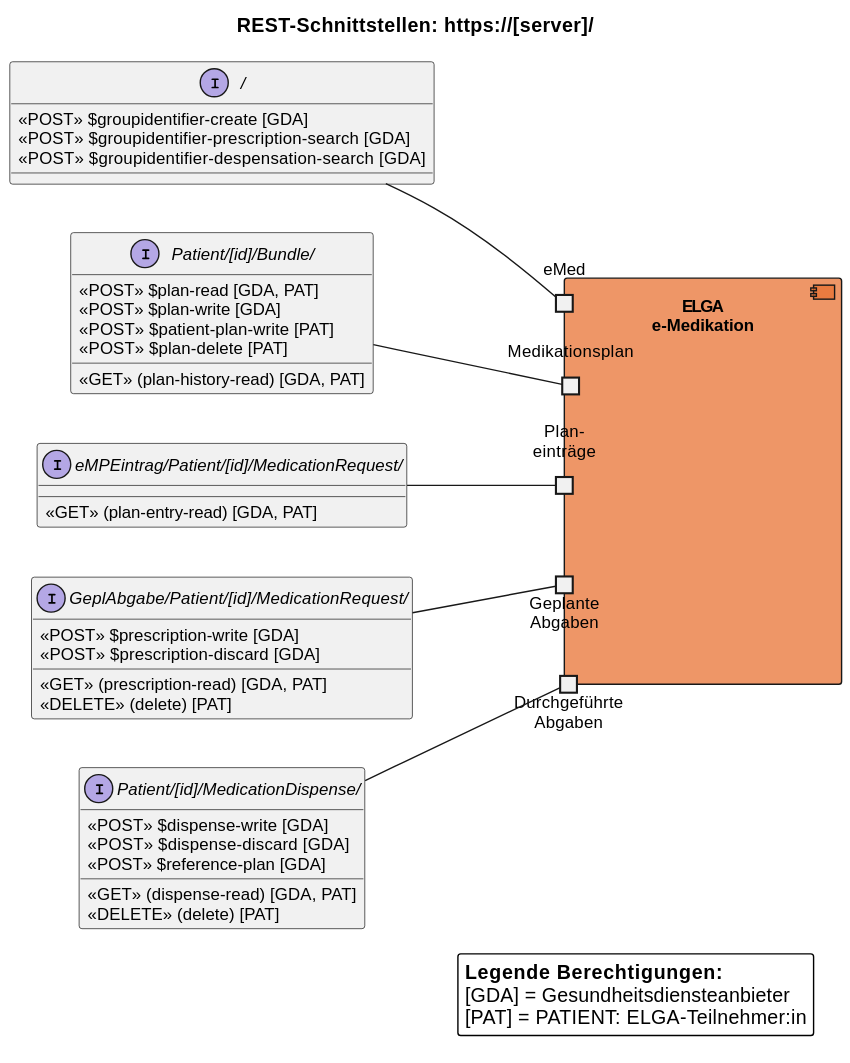
Before: input/images/plantuml/interaction_overview.svg, a diagram exported from PlantUML (HL7Austria/ELGA-e-Medikation-R4).
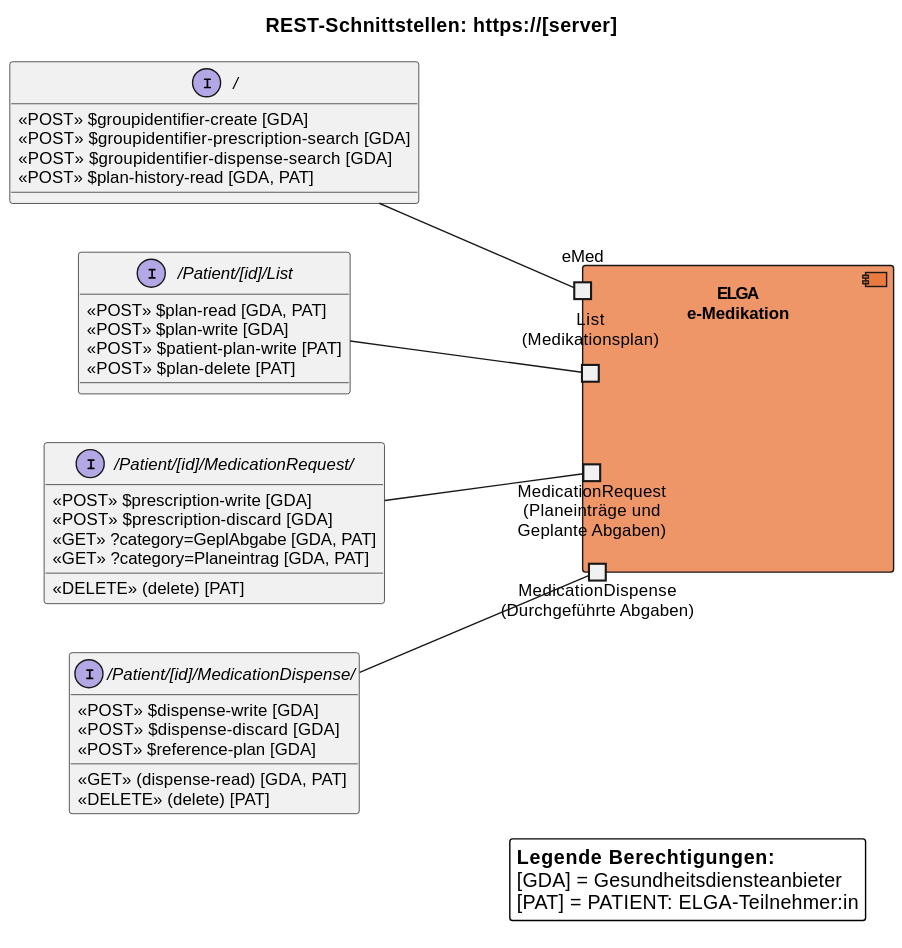
After the commit.

The edit, as a diff of the source:
```diff
@@ -26,29 +26,25 @@
 
 left to right direction
 
-title REST-Schnittstellen: https://[server]/
+title REST-Schnittstellen: https://[server]
 
-interface "Patient/[id]/MedicationDispense/" as IDurchgAbgabe {
-  «GET» (dispense-read) [GDA, PAT]
+interface "/Patient/[id]/MedicationDispense/" as IDurchgAbgabe {
   «POST» $dispense-write [GDA]
   «POST» $dispense-discard [GDA]
   «POST» $reference-plan [GDA]
+  «GET» (dispense-read) [GDA, PAT]
   «DELETE» (delete) [PAT]
 }
 
-interface "GeplAbgabe/Patient/[id]/MedicationRequest/" as IGeplAbgabe {
-  «GET» (prescription-read) [GDA, PAT]
+interface "/Patient/[id]/MedicationRequest/" as IMedicationRequest {
   «POST» $prescription-write [GDA]
   «POST» $prescription-discard [GDA]
+  «GET» ?category=GeplAbgabe [GDA, PAT]
+  «GET» ?category=Planeintrag [GDA, PAT]
   «DELETE» (delete) [PAT]
 }
 
-interface "eMPEintrag/Patient/[id]/MedicationRequest/" as IPlaneintrag {
-  «GET» (plan-entry-read) [GDA, PAT]
-}
-
-interface "Patient/[id]/Bundle/" as IBundle {
-  «GET» (plan-history-read) [GDA, PAT]
+interface "/Patient/[id]/List" as IList {
   «POST» $plan-read [GDA, PAT]
   «POST» $plan-write [GDA]
   «POST» $patient-plan-write [PAT]
@@ -58,24 +54,23 @@
 interface "/" as IEmed {
   «POST» $groupidentifier-create [GDA]
   «POST» $groupidentifier-prescription-search [GDA]
-  «POST» $groupidentifier-despensation-search [GDA]
+  «POST» $groupidentifier-dispense-search [GDA]
+  «POST» $plan-history-read [GDA, PAT]
 }
 
 
 component "ELGA\ne-Medikation" as Server {
-  port "Durchgeführte\nAbgaben" as p5
-  port "Geplante\nAbgaben" as p4
-  port "Plan-\neinträge" as p3
-  port "Medikationsplan" as p2
+  port "MedicationDispense\n(Durchgeführte Abgaben)" as p5
+  port "MedicationRequest\n(Planeinträge und\nGeplante Abgaben)" as p4
+  port "List\n(Medikationsplan)" as p2
   port "eMed" as p1
 }
 
 
 
 p5 -up- IDurchgAbgabe
-p4 -up- IGeplAbgabe
-p3 -up- IPlaneintrag
-p2 -up- IBundle
+p4 -up- IMedicationRequest
+p2 -up- IList
 p1 -up- IEmed
 
 
```
